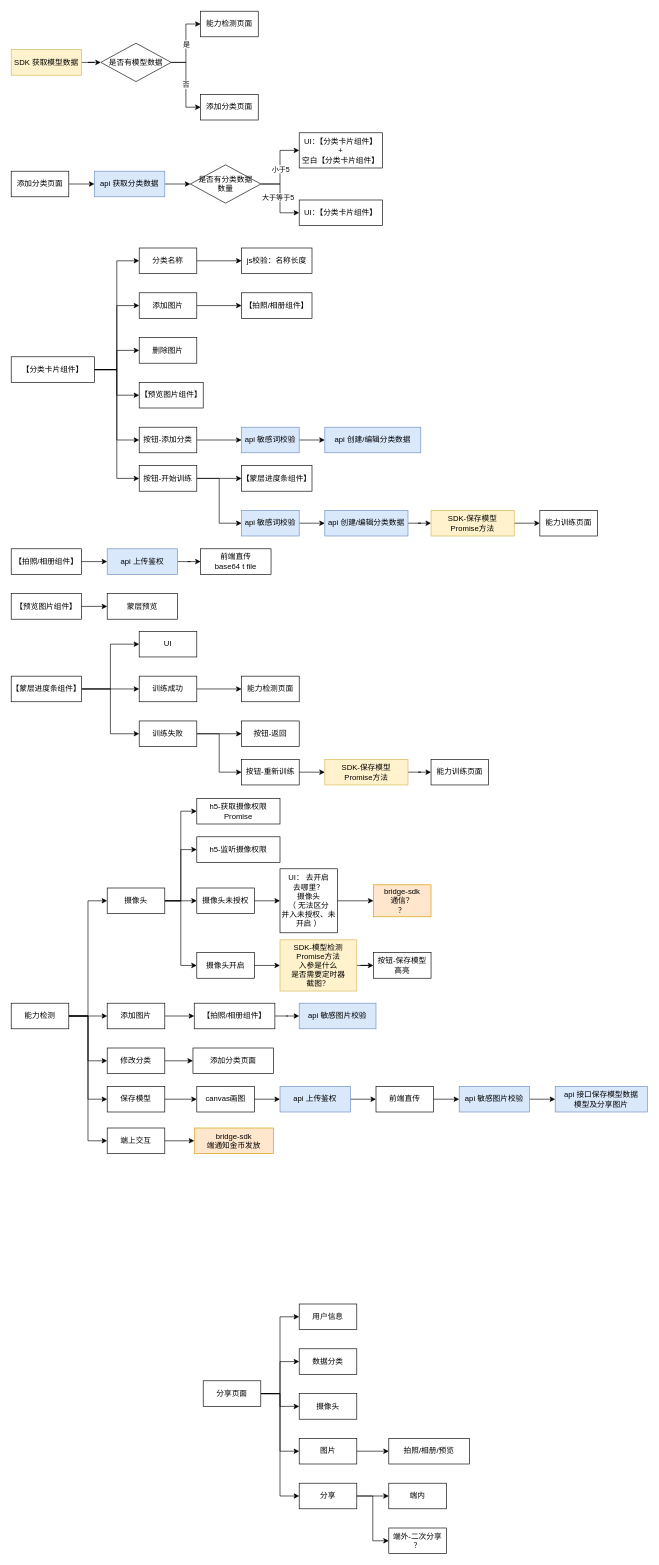
Before: page "物品识别" (9 of 9) of my-project/未命名绘图.drawio in gmtaurus/ceshi, a draw.io diagram. Source tidied: cells renumbered, new cells numbered last; positions are measured from the earlier drawing's top-left corner, leaving out a move shared by most shapes. Both pictures are drawn from the tidied source at 64%, with x=0, y=0 at pixel (11, 11).
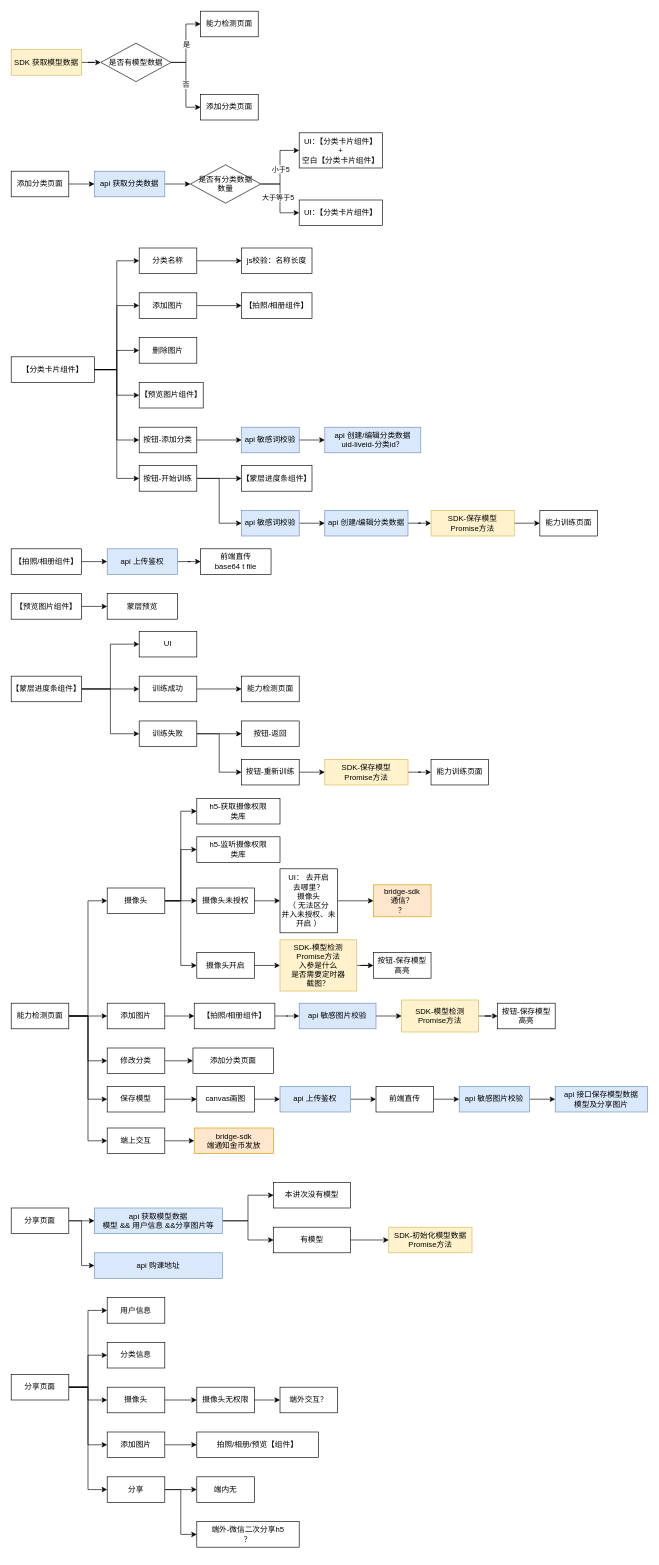
Above is the later version.

Commit message (it also covers changes not shown here):
更新未命名绘图.drawio

Unchanged cells that the change refers to:
```xml
<mxCell id="25" value="api 敏感图片校验" style="rounded=0;whiteSpace=wrap;html=1;fillColor=#dae8fc;strokeColor=#6c8ebf;" parent="1" vertex="1">
  <mxGeometry x="450" y="1550" width="120" height="40" as="geometry" />
</mxCell>
```

What changed in the source:
```diff
@@
-    <mxCell id="7" value="能力检测" style="rounded=0;whiteSpace=wrap;html=1;" parent="1" vertex="1">
+    <mxCell id="7" value="能力检测页面" style="rounded=0;whiteSpace=wrap;html=1;" parent="1" vertex="1">
       <mxGeometry y="1550" width="90" height="40" as="geometry" />
     </mxCell>
@@
+    <mxCell id="139" style="edgeStyle=orthogonalEdgeStyle;rounded=0;jettySize=auto;html=1;" parent="1" edge="1" source="25" target="155">
+      <mxGeometry relative="1" as="geometry" />
+    </mxCell>
@@
     <mxCell id="37" value="分享页面" style="rounded=0;whiteSpace=wrap;html=1;" parent="1" vertex="1">
-      <mxGeometry x="300" y="2140" width="90" height="40" as="geometry" />
+      <mxGeometry y="2130" width="90" height="40" as="geometry" />
     </mxCell>
     <mxCell id="38" value="用户信息" style="rounded=0;whiteSpace=wrap;html=1;" parent="1" vertex="1">
-      <mxGeometry x="450" y="2020" width="90" height="40" as="geometry" />
+      <mxGeometry x="150" y="2010" width="90" height="40" as="geometry" />
     </mxCell>
-    <mxCell id="39" value="数据分类" style="rounded=0;whiteSpace=wrap;html=1;" parent="1" vertex="1">
-      <mxGeometry x="450" y="2090" width="90" height="40" as="geometry" />
+    <mxCell id="39" value="分类信息" style="rounded=0;whiteSpace=wrap;html=1;" parent="1" vertex="1">
+      <mxGeometry x="150" y="2080" width="90" height="40" as="geometry" />
     </mxCell>
+    <mxCell id="140" style="edgeStyle=orthogonalEdgeStyle;rounded=0;jettySize=auto;html=1;" parent="1" edge="1" source="40" target="152">
+      <mxGeometry relative="1" as="geometry" />
+    </mxCell>
     <mxCell id="40" value="摄像头" style="rounded=0;whiteSpace=wrap;html=1;" parent="1" vertex="1">
-      <mxGeometry x="450" y="2160" width="90" height="40" as="geometry" />
+      <mxGeometry x="150" y="2150" width="90" height="40" as="geometry" />
     </mxCell>
@@
-    <mxCell id="42" value="图片" style="rounded=0;whiteSpace=wrap;html=1;" parent="1" vertex="1">
-      <mxGeometry x="450" y="2230" width="90" height="40" as="geometry" />
+    <mxCell id="42" value="添加图片" style="rounded=0;whiteSpace=wrap;html=1;" parent="1" vertex="1">
+      <mxGeometry x="150" y="2220" width="90" height="40" as="geometry" />
     </mxCell>
-    <mxCell id="43" value="拍照/相册/预览" style="rounded=0;whiteSpace=wrap;html=1;" parent="1" vertex="1">
-      <mxGeometry x="590" y="2230" width="126" height="40" as="geometry" />
+    <mxCell id="43" value="拍照/相册/预览【组件】" style="rounded=0;whiteSpace=wrap;html=1;" parent="1" vertex="1">
+      <mxGeometry x="290" y="2220" width="190" height="40" as="geometry" />
     </mxCell>
@@
     <mxCell id="46" value="分享" style="rounded=0;whiteSpace=wrap;html=1;" parent="1" vertex="1">
-      <mxGeometry x="450" y="2300" width="90" height="40" as="geometry" />
+      <mxGeometry x="150" y="2290" width="90" height="40" as="geometry" />
     </mxCell>
-    <mxCell id="47" value="端内" style="rounded=0;whiteSpace=wrap;html=1;" parent="1" vertex="1">
-      <mxGeometry x="590" y="2300" width="90" height="40" as="geometry" />
+    <mxCell id="47" value="端内无" style="rounded=0;whiteSpace=wrap;html=1;" parent="1" vertex="1">
+      <mxGeometry x="290" y="2290" width="90" height="40" as="geometry" />
     </mxCell>
-    <mxCell id="48" value="端外-二次分享&lt;br&gt;？" style="rounded=0;whiteSpace=wrap;html=1;" parent="1" vertex="1">
-      <mxGeometry x="590" y="2370" width="90" height="40" as="geometry" />
+    <mxCell id="48" value="端外-微信二次分享h5&lt;br&gt;？" style="rounded=0;whiteSpace=wrap;html=1;" parent="1" vertex="1">
+      <mxGeometry x="290" y="2360" width="160" height="40" as="geometry" />
     </mxCell>
@@
-    <mxCell id="83" value="api 创建/编辑分类数据" style="rounded=0;whiteSpace=wrap;html=1;fillColor=#dae8fc;strokeColor=#6c8ebf;" parent="1" vertex="1">
+    <mxCell id="83" value="api 创建/编辑分类数据&lt;br&gt;uid-liveid-分类id？" style="rounded=0;whiteSpace=wrap;html=1;fillColor=#dae8fc;strokeColor=#6c8ebf;" parent="1" vertex="1">
       <mxGeometry x="490" y="650" width="150" height="40" as="geometry" />
     </mxCell>
@@
-    <mxCell id="121" value="h5-监听摄像权限" style="rounded=0;whiteSpace=wrap;html=1;" parent="1" vertex="1">
+    <mxCell id="121" value="h5-监听摄像权限&lt;br&gt;类库" style="rounded=0;whiteSpace=wrap;html=1;" parent="1" vertex="1">
       <mxGeometry x="290" y="1290" width="130" height="40" as="geometry" />
     </mxCell>
-    <mxCell id="122" value="h5-获取摄像权限&lt;br&gt;Promise" style="rounded=0;whiteSpace=wrap;html=1;" parent="1" vertex="1">
+    <mxCell id="122" value="h5-获取摄像权限&lt;br&gt;类库" style="rounded=0;whiteSpace=wrap;html=1;" parent="1" vertex="1">
       <mxGeometry x="290" y="1230" width="130" height="40" as="geometry" />
     </mxCell>
@@
+    <mxCell id="141" style="edgeStyle=orthogonalEdgeStyle;rounded=0;jettySize=auto;html=1;" parent="1" edge="1" source="143" target="146">
+      <mxGeometry relative="1" as="geometry" />
+    </mxCell>
+    <mxCell id="142" style="edgeStyle=orthogonalEdgeStyle;rounded=0;jettySize=auto;html=1;exitX=1;exitY=0.5;exitDx=0;exitDy=0;entryX=0;entryY=0.5;entryDx=0;entryDy=0;" parent="1" edge="1" source="143" target="157">
+      <mxGeometry relative="1" as="geometry" />
+    </mxCell>
+    <mxCell id="143" value="分享页面" style="rounded=0;whiteSpace=wrap;html=1;" parent="1" vertex="1">
+      <mxGeometry y="1870" width="90" height="40" as="geometry" />
+    </mxCell>
+    <mxCell id="144" style="edgeStyle=orthogonalEdgeStyle;rounded=0;jettySize=auto;html=1;exitX=1;exitY=0.5;exitDx=0;exitDy=0;" parent="1" edge="1" source="146" target="147">
+      <mxGeometry relative="1" as="geometry" />
+    </mxCell>
+    <mxCell id="145" style="edgeStyle=orthogonalEdgeStyle;rounded=0;jettySize=auto;html=1;exitX=1;exitY=0.5;exitDx=0;exitDy=0;entryX=0;entryY=0.5;entryDx=0;entryDy=0;" parent="1" edge="1" source="146" target="149">
+      <mxGeometry relative="1" as="geometry" />
+    </mxCell>
+    <mxCell id="146" value="api 获取模型数据&lt;br&gt;模型 &amp;amp;&amp;amp; 用户信息 &amp;amp;&amp;amp;分享图片等" style="rounded=0;whiteSpace=wrap;html=1;fillColor=#dae8fc;strokeColor=#6c8ebf;" parent="1" vertex="1">
+      <mxGeometry x="130" y="1870" width="200" height="40" as="geometry" />
+    </mxCell>
+    <mxCell id="147" value="本讲次没有模型" style="rounded=0;whiteSpace=wrap;html=1;" parent="1" vertex="1">
+      <mxGeometry x="410" y="1830" width="120" height="40" as="geometry" />
+    </mxCell>
+    <mxCell id="148" style="edgeStyle=orthogonalEdgeStyle;rounded=0;jettySize=auto;html=1;" parent="1" edge="1" source="149" target="150">
+      <mxGeometry relative="1" as="geometry" />
+    </mxCell>
+    <mxCell id="149" value="有模型" style="rounded=0;whiteSpace=wrap;html=1;" parent="1" vertex="1">
+      <mxGeometry x="410" y="1900" width="120" height="40" as="geometry" />
+    </mxCell>
+    <mxCell id="150" value="SDK-初始化模型数据&lt;br&gt;Promise方法" style="rounded=0;whiteSpace=wrap;html=1;fillColor=#fff2cc;strokeColor=#d6b656;" parent="1" vertex="1">
+      <mxGeometry x="590" y="1900" width="130" height="40" as="geometry" />
+    </mxCell>
+    <mxCell id="151" style="edgeStyle=orthogonalEdgeStyle;rounded=0;jettySize=auto;html=1;" parent="1" edge="1" source="152" target="153">
+      <mxGeometry relative="1" as="geometry" />
+    </mxCell>
+    <mxCell id="152" value="摄像头无权限" style="rounded=0;whiteSpace=wrap;html=1;" parent="1" vertex="1">
+      <mxGeometry x="290" y="2150" width="90" height="40" as="geometry" />
+    </mxCell>
+    <mxCell id="153" value="端外交互？" style="rounded=0;whiteSpace=wrap;html=1;" parent="1" vertex="1">
+      <mxGeometry x="420" y="2150" width="90" height="40" as="geometry" />
+    </mxCell>
+    <mxCell id="154" style="edgeStyle=orthogonalEdgeStyle;rounded=0;jettySize=auto;html=1;" parent="1" edge="1" source="155" target="156">
+      <mxGeometry relative="1" as="geometry" />
+    </mxCell>
+    <mxCell id="155" value="SDK-模型检测&lt;br&gt;Promise方法" style="rounded=0;whiteSpace=wrap;html=1;fillColor=#fff2cc;strokeColor=#d6b656;" parent="1" vertex="1">
+      <mxGeometry x="610" y="1545" width="120" height="50" as="geometry" />
+    </mxCell>
+    <mxCell id="156" value="按钮-保存模型&lt;br&gt;高亮" style="rounded=0;whiteSpace=wrap;html=1;" parent="1" vertex="1">
+      <mxGeometry x="760" y="1550" width="90" height="40" as="geometry" />
+    </mxCell>
+    <mxCell id="157" value="api 购课地址" style="rounded=0;whiteSpace=wrap;html=1;fillColor=#dae8fc;strokeColor=#6c8ebf;" parent="1" vertex="1">
+      <mxGeometry x="130" y="1940" width="200" height="40" as="geometry" />
+    </mxCell>
```
